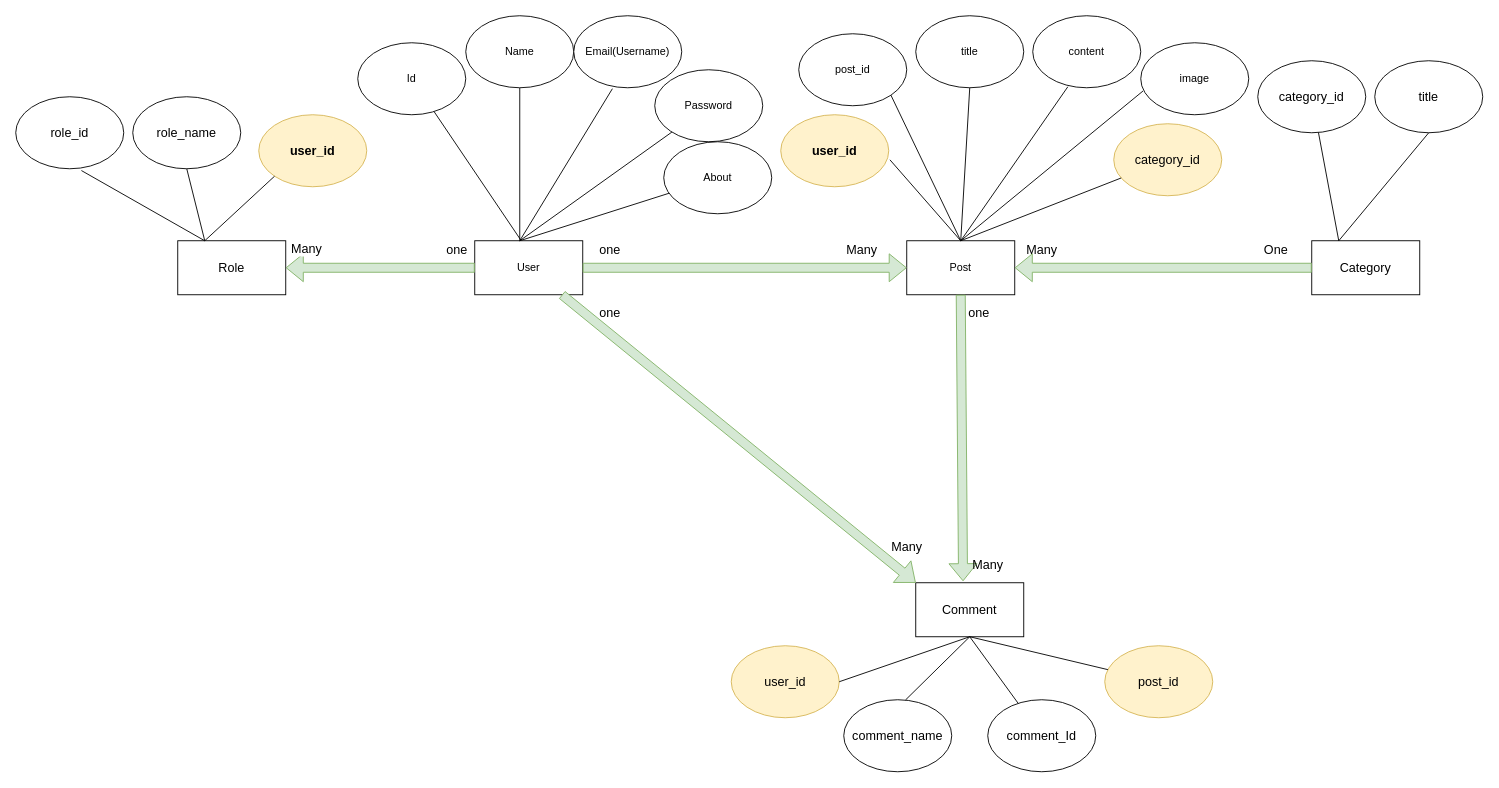
Before: Blogging Application ER Diagram.drawio in PranaySingh13/Spring_Boot_Complete, a draw.io diagram. Source tidied: cells renumbered, new cells numbered last; positions are measured from the earlier drawing's top-left corner, leaving out a move shared by most shapes. Both pictures are drawn from the tidied source at 90%, with x=0, y=0 at pixel (15, 15).
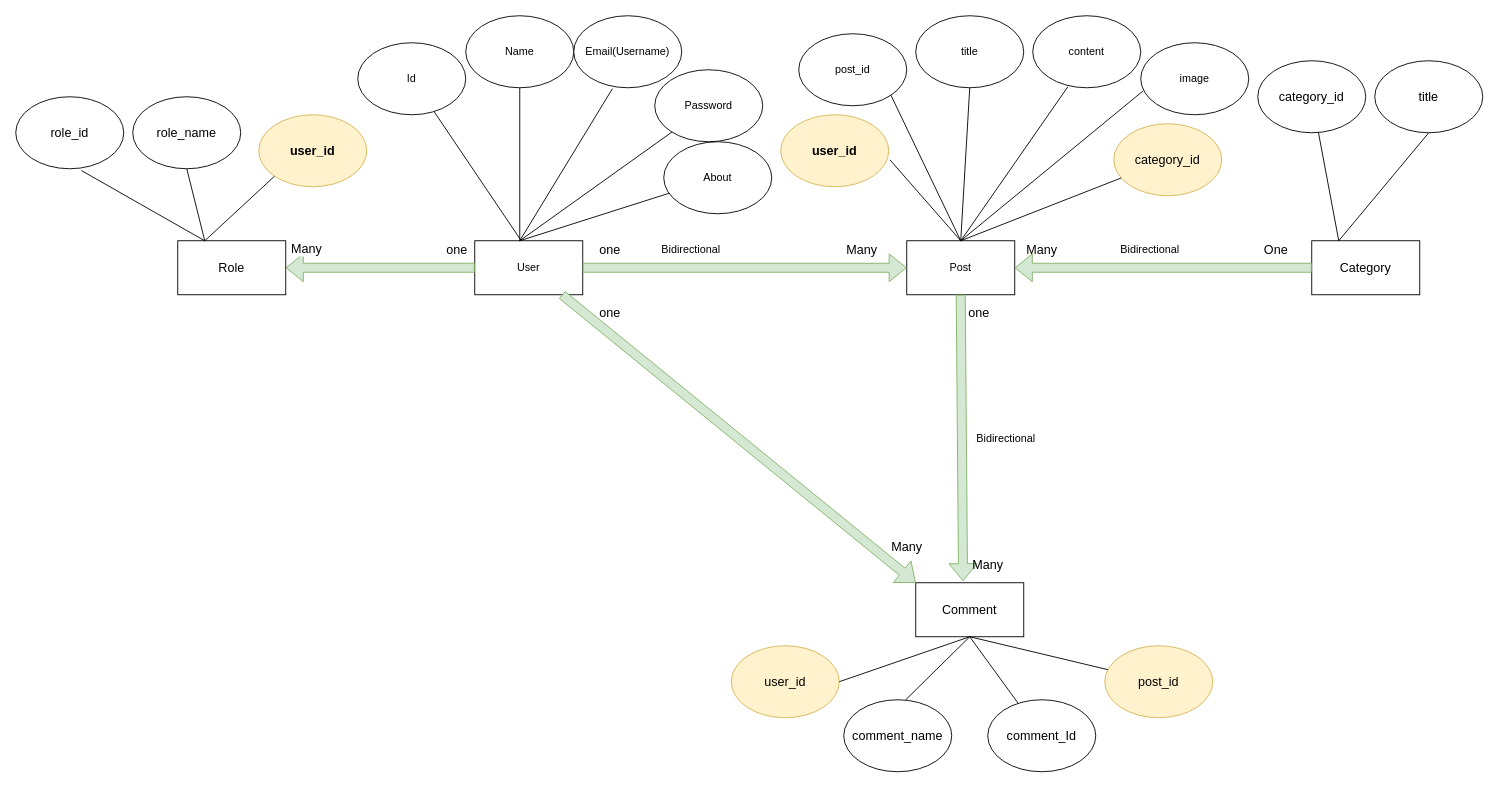
Above is the later version.

Commit message:
Blogging Application ER Diagram

Diff of the diagram source:
```diff
@@
+    <mxCell id="60" value="Bidirectional" style="text;html=1;align=center;verticalAlign=middle;strokeColor=none;fillColor=none;" parent="1" vertex="1">
+      <mxGeometry x="710" y="250" width="80" height="20" as="geometry" />
+    </mxCell>
+    <mxCell id="61" value="Bidirectional" style="text;html=1;align=center;verticalAlign=middle;strokeColor=none;fillColor=none;" parent="1" vertex="1">
+      <mxGeometry x="1220" y="250" width="80" height="20" as="geometry" />
+    </mxCell>
+    <mxCell id="62" value="Bidirectional" style="text;html=1;align=center;verticalAlign=middle;strokeColor=none;fillColor=none;" parent="1" vertex="1">
+      <mxGeometry x="1060" y="460" width="80" height="20" as="geometry" />
+    </mxCell>
```
